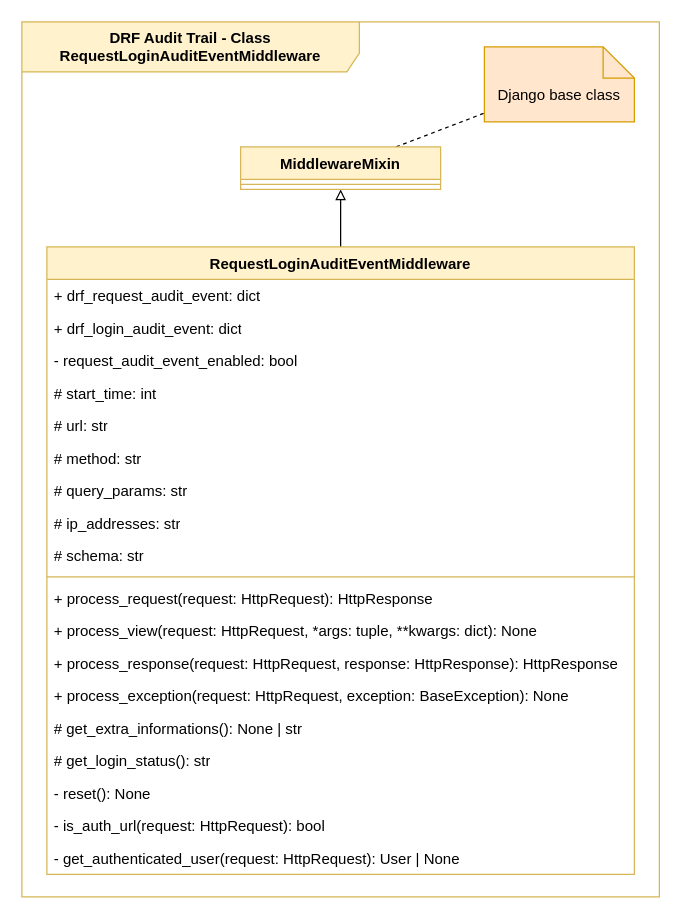
Talismar/drf-audit-trail keeps this draw.io diagram as page "Classes" (1 of 5) of docs/diagrams.drawio. Above is the earlier version. Source tidied: cells renumbered, new cells numbered last; positions are measured from the earlier drawing's top-left corner, leaving out a move shared by most shapes. Both pictures are drawn from the tidied source at 125%, with x=0, y=0 at pixel (21, 21).
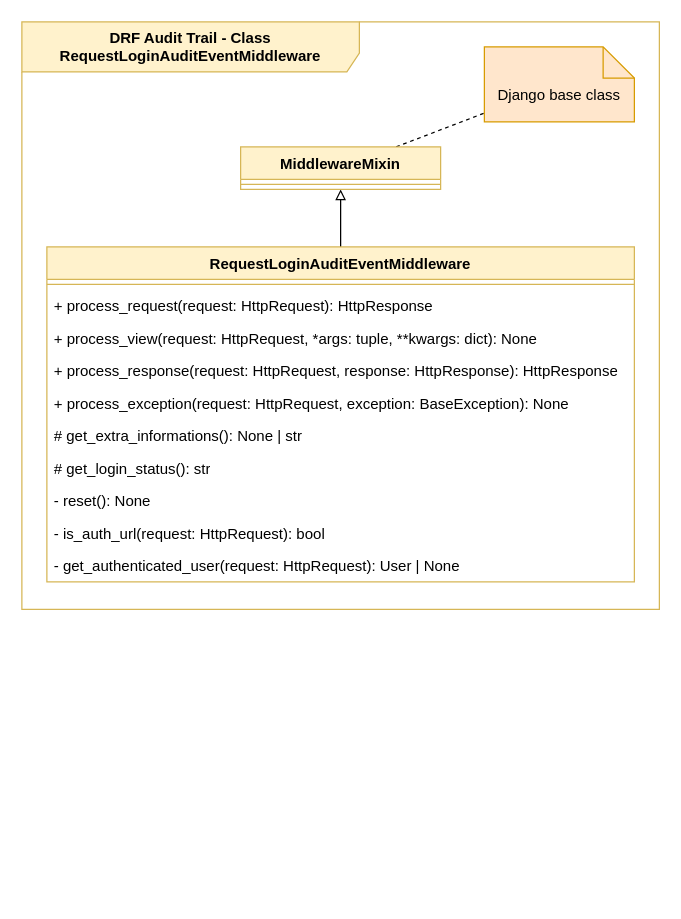
The same diagram, later.

The edit, as a diff of the source:
```diff
@@
     <mxCell id="2" value="&lt;b&gt;DRF Audit Trail - Class&lt;/b&gt;&lt;div&gt;&lt;b&gt;RequestLoginAuditEventMiddleware&lt;/b&gt;&lt;b&gt;&lt;br&gt;&lt;/b&gt;&lt;/div&gt;" style="shape=umlFrame;whiteSpace=wrap;html=1;width=270;height=40;shadow=0;fillColor=#fff2cc;strokeColor=#d6b656;" parent="1" vertex="1">
-      <mxGeometry width="510" height="700" as="geometry" />
+      <mxGeometry width="510" height="470" as="geometry" />
     </mxCell>
@@
     <mxCell id="8" value="RequestLoginAuditEventMiddleware" style="swimlane;fontStyle=1;align=center;verticalAlign=top;horizontal=1;startSize=26;whiteSpace=wrap;html=1;fillColor=#fff2cc;strokeColor=#d6b656;" parent="2" vertex="1">
-      <mxGeometry x="20" y="180" width="470" height="502" as="geometry" />
+      <mxGeometry x="20" y="180" width="470" height="268" as="geometry" />
     </mxCell>
-    <mxCell id="9" value="+ drf_request_audit_event: dict" style="text;strokeColor=none;fillColor=none;align=left;verticalAlign=top;spacingLeft=4;spacingRight=4;overflow=hidden;whiteSpace=wrap;html=1;" parent="8" vertex="1">
-      <mxGeometry y="26" width="470" height="26" as="geometry" />
-    </mxCell>
-    <mxCell id="10" value="+ drf_login_audit_event: dict" style="text;strokeColor=none;fillColor=none;align=left;verticalAlign=top;spacingLeft=4;spacingRight=4;overflow=hidden;whiteSpace=wrap;html=1;" parent="8" vertex="1">
-      <mxGeometry y="52" width="470" height="26" as="geometry" />
-    </mxCell>
-    <mxCell id="11" value="- request_audit_event_enabled: bool" style="text;strokeColor=none;fillColor=none;align=left;verticalAlign=top;spacingLeft=4;spacingRight=4;overflow=hidden;whiteSpace=wrap;html=1;" parent="8" vertex="1">
-      <mxGeometry y="78" width="470" height="26" as="geometry" />
-    </mxCell>
-    <mxCell id="12" value="# start_time: int" style="text;strokeColor=none;fillColor=none;align=left;verticalAlign=top;spacingLeft=4;spacingRight=4;overflow=hidden;whiteSpace=wrap;html=1;" parent="8" vertex="1">
-      <mxGeometry y="104" width="470" height="26" as="geometry" />
-    </mxCell>
-    <mxCell id="13" value="# url: str" style="text;strokeColor=none;fillColor=none;align=left;verticalAlign=top;spacingLeft=4;spacingRight=4;overflow=hidden;whiteSpace=wrap;html=1;" parent="8" vertex="1">
-      <mxGeometry y="130" width="470" height="26" as="geometry" />
-    </mxCell>
-    <mxCell id="14" value="# method: str" style="text;strokeColor=none;fillColor=none;align=left;verticalAlign=top;spacingLeft=4;spacingRight=4;overflow=hidden;whiteSpace=wrap;html=1;" parent="8" vertex="1">
-      <mxGeometry y="156" width="470" height="26" as="geometry" />
-    </mxCell>
-    <mxCell id="15" value="# query_params: str" style="text;strokeColor=none;fillColor=none;align=left;verticalAlign=top;spacingLeft=4;spacingRight=4;overflow=hidden;whiteSpace=wrap;html=1;" parent="8" vertex="1">
-      <mxGeometry y="182" width="470" height="26" as="geometry" />
-    </mxCell>
-    <mxCell id="16" value="# ip_addresses: str" style="text;strokeColor=none;fillColor=none;align=left;verticalAlign=top;spacingLeft=4;spacingRight=4;overflow=hidden;whiteSpace=wrap;html=1;" parent="8" vertex="1">
-      <mxGeometry y="208" width="470" height="26" as="geometry" />
-    </mxCell>
-    <mxCell id="17" value="# schema: str" style="text;strokeColor=none;fillColor=none;align=left;verticalAlign=top;spacingLeft=4;spacingRight=4;overflow=hidden;whiteSpace=wrap;html=1;" parent="8" vertex="1">
-      <mxGeometry y="234" width="470" height="26" as="geometry" />
-    </mxCell>
     <mxCell id="18" style="line;strokeWidth=1;fillColor=none;align=left;verticalAlign=middle;spacingTop=-1;spacingLeft=3;spacingRight=3;labelPosition=right;strokeColor=inherit;" parent="8" vertex="1">
-      <mxGeometry y="260" width="470" height="8" as="geometry" />
+      <mxGeometry y="26" width="470" height="8" as="geometry" />
     </mxCell>
     <mxCell id="19" value="+ process_request(request: HttpRequest): HttpResponse" style="text;strokeColor=none;fillColor=none;align=left;verticalAlign=top;spacingLeft=4;spacingRight=4;overflow=hidden;whiteSpace=wrap;html=1;" parent="8" vertex="1">
-      <mxGeometry y="268" width="470" height="26" as="geometry" />
+      <mxGeometry y="34" width="470" height="26" as="geometry" />
     </mxCell>
     <mxCell id="20" value="+ process_view(request: HttpRequest, *args: tuple, **kwargs: dict): None" style="text;strokeColor=none;fillColor=none;align=left;verticalAlign=top;spacingLeft=4;spacingRight=4;overflow=hidden;whiteSpace=wrap;html=1;" parent="8" vertex="1">
-      <mxGeometry y="294" width="470" height="26" as="geometry" />
+      <mxGeometry y="60" width="470" height="26" as="geometry" />
     </mxCell>
     <mxCell id="21" value="+ process_response(request: HttpRequest, response: HttpResponse): HttpResponse" style="text;strokeColor=none;fillColor=none;align=left;verticalAlign=top;spacingLeft=4;spacingRight=4;overflow=hidden;whiteSpace=wrap;html=1;" parent="8" vertex="1">
-      <mxGeometry y="320" width="470" height="26" as="geometry" />
+      <mxGeometry y="86" width="470" height="26" as="geometry" />
     </mxCell>
     <mxCell id="22" value="+ process_exception(request: HttpRequest, exception: BaseException): None" style="text;strokeColor=none;fillColor=none;align=left;verticalAlign=top;spacingLeft=4;spacingRight=4;overflow=hidden;whiteSpace=wrap;html=1;" parent="8" vertex="1">
-      <mxGeometry y="346" width="470" height="26" as="geometry" />
+      <mxGeometry y="112" width="470" height="26" as="geometry" />
     </mxCell>
     <mxCell id="23" value="# get_extra_informations(): None | str" style="text;strokeColor=none;fillColor=none;align=left;verticalAlign=top;spacingLeft=4;spacingRight=4;overflow=hidden;whiteSpace=wrap;html=1;" parent="8" vertex="1">
-      <mxGeometry y="372" width="470" height="26" as="geometry" />
+      <mxGeometry y="138" width="470" height="26" as="geometry" />
     </mxCell>
     <mxCell id="24" value="# get_login_status(): str" style="text;strokeColor=none;fillColor=none;align=left;verticalAlign=top;spacingLeft=4;spacingRight=4;overflow=hidden;whiteSpace=wrap;html=1;" parent="8" vertex="1">
-      <mxGeometry y="398" width="470" height="26" as="geometry" />
+      <mxGeometry y="164" width="470" height="26" as="geometry" />
     </mxCell>
     <mxCell id="25" value="- reset(): None" style="text;strokeColor=none;fillColor=none;align=left;verticalAlign=top;spacingLeft=4;spacingRight=4;overflow=hidden;whiteSpace=wrap;html=1;" parent="8" vertex="1">
-      <mxGeometry y="424" width="470" height="26" as="geometry" />
+      <mxGeometry y="190" width="470" height="26" as="geometry" />
     </mxCell>
     <mxCell id="26" value="- is_auth_url(request: HttpRequest): bool" style="text;strokeColor=none;fillColor=none;align=left;verticalAlign=top;spacingLeft=4;spacingRight=4;overflow=hidden;whiteSpace=wrap;html=1;" parent="8" vertex="1">
-      <mxGeometry y="450" width="470" height="26" as="geometry" />
+      <mxGeometry y="216" width="470" height="26" as="geometry" />
     </mxCell>
     <mxCell id="27" value="- get_authenticated_user(request: HttpRequest): User | None" style="text;strokeColor=none;fillColor=none;align=left;verticalAlign=top;spacingLeft=4;spacingRight=4;overflow=hidden;whiteSpace=wrap;html=1;" parent="8" vertex="1">
-      <mxGeometry y="476" width="470" height="26" as="geometry" />
+      <mxGeometry y="242" width="470" height="26" as="geometry" />
     </mxCell>
```
